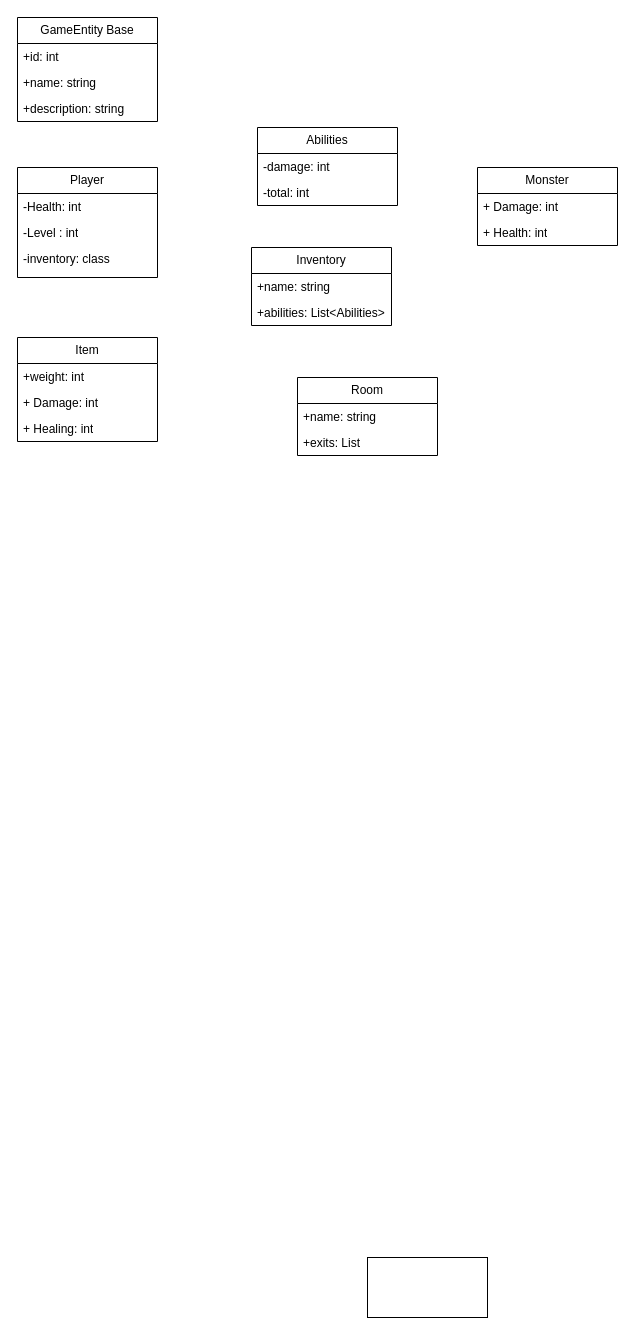
Buriiboo/Cliffs-of-Cockermouth keeps this draw.io diagram as Test.drawio. Above is the earlier version. Source tidied: cells renumbered, new cells numbered last; positions are measured from the earlier drawing's top-left corner, leaving out a move shared by most shapes. Both pictures are drawn from the tidied source at 100%, with x=0, y=0 at pixel (17, 17).
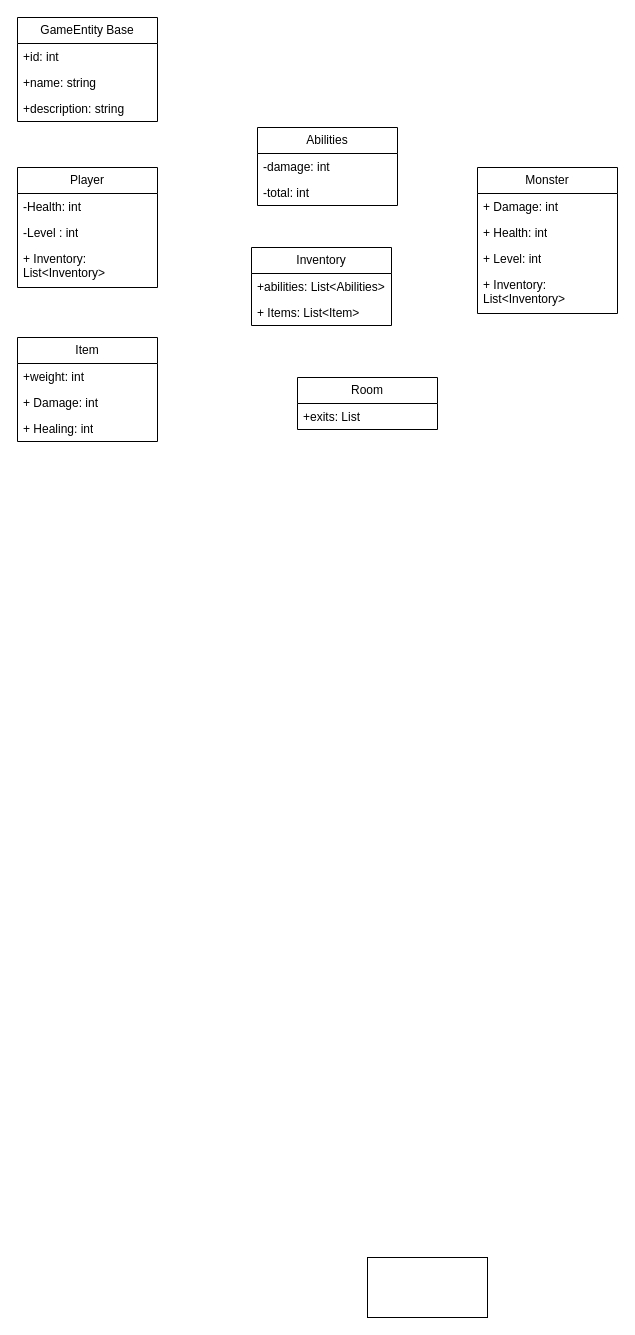
The same page after the edit.

Commit message:
UML början

Unchanged cells that the change refers to:
```xml
<mxCell id="9" value="Inventory" style="swimlane;fontStyle=0;horizontal=1;startSize=26;fillColor=none;whiteSpace=wrap;html=1;" parent="1" vertex="1">
  <mxGeometry x="234" y="230" width="140" height="78" as="geometry" />
</mxCell>
```

Change to the diagram source:
```diff
@@
     <mxCell id="5" value="Player" style="swimlane;fontStyle=0;horizontal=1;startSize=26;fillColor=none;whiteSpace=wrap;html=1;" parent="1" vertex="1">
-      <mxGeometry y="150" width="140" height="110" as="geometry" />
+      <mxGeometry y="150" width="140" height="120" as="geometry" />
     </mxCell>
@@
-    <mxCell id="8" value="-inventory: class" style="text;strokeColor=none;fillColor=none;align=left;verticalAlign=top;spacingLeft=4;spacingRight=4;overflow=hidden;whiteSpace=wrap;html=1;" parent="5" vertex="1">
-      <mxGeometry y="78" width="140" height="32" as="geometry" />
+    <mxCell id="8" value="+ Inventory: List&amp;lt;Inventory&amp;gt;" style="text;strokeColor=none;fillColor=none;align=left;verticalAlign=top;spacingLeft=4;spacingRight=4;overflow=hidden;whiteSpace=wrap;html=1;" parent="5" vertex="1">
+      <mxGeometry y="78" width="140" height="42" as="geometry" />
     </mxCell>
@@
-    <mxCell id="10" value="+name: string" style="text;strokeColor=none;fillColor=none;align=left;verticalAlign=top;spacingLeft=4;spacingRight=4;overflow=hidden;whiteSpace=wrap;html=1;" parent="9" vertex="1">
-      <mxGeometry y="26" width="140" height="26" as="geometry" />
-    </mxCell>
     <mxCell id="11" value="+abilities: List&amp;lt;Abilities&amp;gt;" style="text;strokeColor=none;fillColor=none;align=left;verticalAlign=top;spacingLeft=4;spacingRight=4;overflow=hidden;whiteSpace=wrap;html=1;" parent="9" vertex="1">
-      <mxGeometry y="52" width="140" height="26" as="geometry" />
+      <mxGeometry y="26" width="140" height="26" as="geometry" />
     </mxCell>
+    <mxCell id="27" value="+ Items: List&amp;lt;Item&amp;gt;" style="text;strokeColor=none;fillColor=none;align=left;verticalAlign=top;spacingLeft=4;spacingRight=4;overflow=hidden;whiteSpace=wrap;html=1;" parent="9" vertex="1">
+      <mxGeometry y="52" width="140" height="26" as="geometry" />
+    </mxCell>
@@
     <mxCell id="16" value="Room" style="swimlane;fontStyle=0;horizontal=1;startSize=26;fillColor=none;whiteSpace=wrap;html=1;" parent="1" vertex="1">
-      <mxGeometry x="280" y="360" width="140" height="78" as="geometry" />
+      <mxGeometry x="280" y="360" width="140" height="52" as="geometry" />
     </mxCell>
-    <mxCell id="17" value="+name: string" style="text;strokeColor=none;fillColor=none;align=left;verticalAlign=top;spacingLeft=4;spacingRight=4;overflow=hidden;whiteSpace=wrap;html=1;" parent="16" vertex="1">
-      <mxGeometry y="26" width="140" height="26" as="geometry" />
-    </mxCell>
     <mxCell id="18" value="+exits: List" style="text;strokeColor=none;fillColor=none;align=left;verticalAlign=top;spacingLeft=4;spacingRight=4;overflow=hidden;whiteSpace=wrap;html=1;" parent="16" vertex="1">
-      <mxGeometry y="52" width="140" height="26" as="geometry" />
+      <mxGeometry y="26" width="140" height="26" as="geometry" />
     </mxCell>
@@
     <mxCell id="23" value="Monster" style="swimlane;fontStyle=0;horizontal=1;startSize=26;fillColor=none;whiteSpace=wrap;html=1;" parent="1" vertex="1">
-      <mxGeometry x="460" y="150" width="140" height="78" as="geometry" />
+      <mxGeometry x="460" y="150" width="140" height="146" as="geometry" />
     </mxCell>
@@
+    <mxCell id="28" value="+ Level: int" style="text;strokeColor=none;fillColor=none;align=left;verticalAlign=top;spacingLeft=4;spacingRight=4;overflow=hidden;whiteSpace=wrap;html=1;" parent="23" vertex="1">
+      <mxGeometry y="78" width="140" height="26" as="geometry" />
+    </mxCell>
+    <mxCell id="29" value="+ Inventory: List&amp;lt;Inventory&amp;gt;" style="text;strokeColor=none;fillColor=none;align=left;verticalAlign=top;spacingLeft=4;spacingRight=4;overflow=hidden;whiteSpace=wrap;html=1;" parent="23" vertex="1">
+      <mxGeometry y="104" width="140" height="42" as="geometry" />
+    </mxCell>
```
